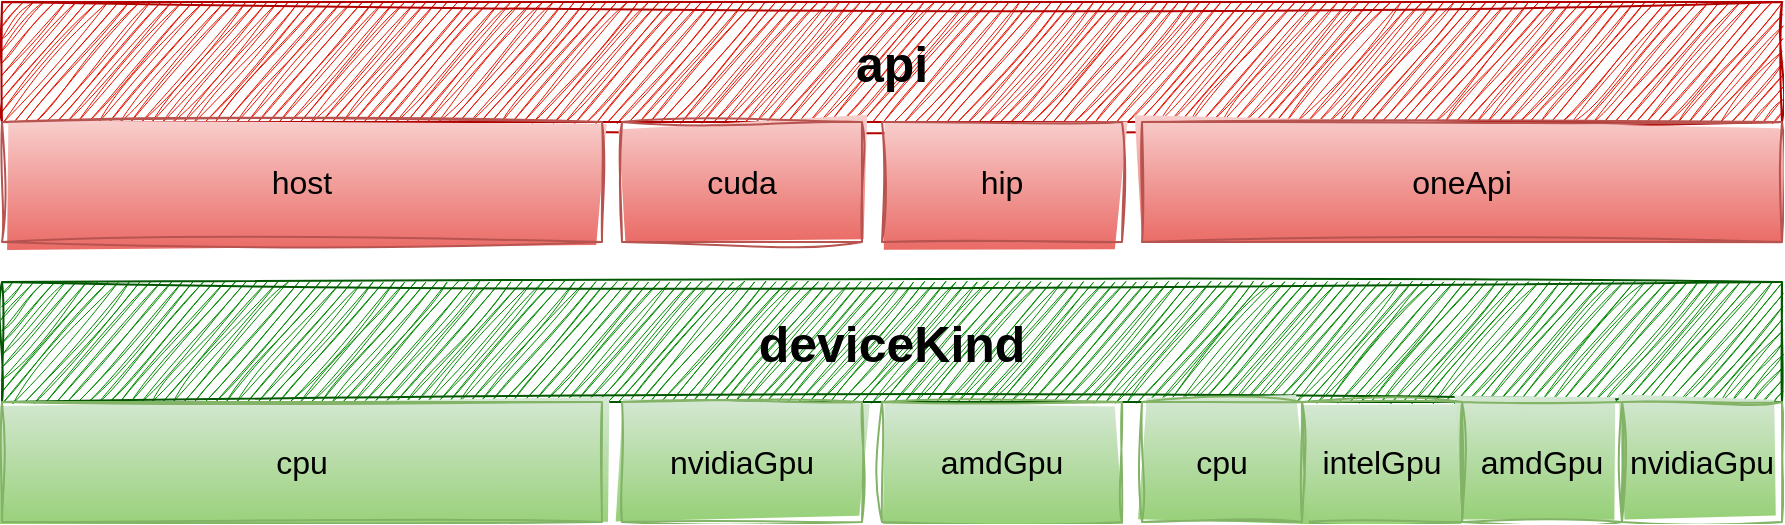
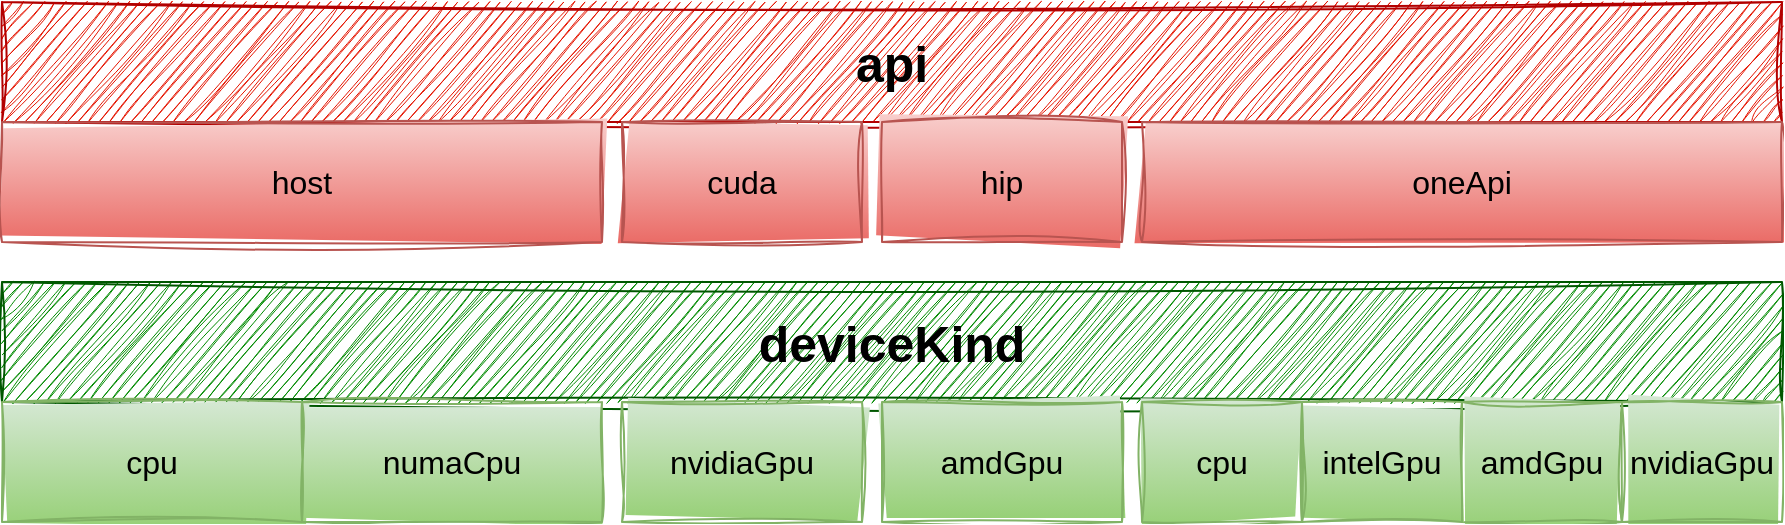
- <mxfile host="embed.diagrams.net" agent="Mozilla/5.0 (X11; Linux x86_64; rv:145.0) Gecko/20100101 Firefox/145.0" version="29.2.7">
-   <diagram name="Seite-1" id="IbwfVimuGqMdNV2DvXlu">
-     <mxGraphModel grid="1" page="1" gridSize="10" guides="1" tooltips="1" connect="1" arrows="1" fold="1" pageScale="1" pageWidth="827" pageHeight="1169" math="0" shadow="0">
+ <mxfile host="app.diagrams.net" agent="Mozilla/5.0 (X11; Linux x86_64) AppleWebKit/537.36 (KHTML, like Gecko) Chrome/145.0.0.0 Safari/537.36" version="29.6.1">
+   <diagram name="Seite-1" id="qgZfpByFdYC-gUKXR_Ab">
+     <mxGraphModel dx="2033" dy="1148" grid="1" gridSize="10" guides="1" tooltips="1" connect="1" arrows="1" fold="1" page="1" pageScale="1" pageWidth="827" pageHeight="1169" math="0" shadow="0">
      <root>
        <mxCell id="0" />
        <mxCell id="1" parent="0" />
-         <mxCell id="hEfLK6W_RHBmZPWY_AR3-1" parent="1" style="rounded=0;whiteSpace=wrap;html=1;fillColor=#e51400;strokeColor=#B20000;fontColor=#ffffff;sketch=1;curveFitting=1;jiggle=2;" value="&lt;b&gt;&lt;font style=&quot;font-size: 25px; color: rgb(0, 0, 0);&quot;&gt;api&lt;/font&gt;&lt;/b&gt;" vertex="1">
-           <mxGeometry height="60" width="890" x="40" y="180" as="geometry" />
+         <mxCell id="drr0xQUNU9JzsT94dSLN-2" parent="1" style="rounded=0;whiteSpace=wrap;html=1;fillColor=#e51400;strokeColor=#B20000;fontColor=#ffffff;sketch=1;curveFitting=1;jiggle=2;" value="&lt;b&gt;&lt;font style=&quot;font-size: 25px; color: rgb(0, 0, 0);&quot;&gt;api&lt;/font&gt;&lt;/b&gt;" vertex="1">
+           <mxGeometry height="60" width="890" x="550" y="496" as="geometry" />
        </mxCell>
-         <mxCell id="hEfLK6W_RHBmZPWY_AR3-2" parent="1" style="rounded=0;whiteSpace=wrap;html=1;fillColor=#f8cecc;strokeColor=#b85450;gradientColor=#ea6b66;sketch=1;curveFitting=1;jiggle=2;" value="&lt;font style=&quot;font-size: 16px;&quot;&gt;host&lt;/font&gt;" vertex="1">
-           <mxGeometry height="60" width="300" x="40" y="240" as="geometry" />
+         <mxCell id="drr0xQUNU9JzsT94dSLN-3" parent="1" style="rounded=0;whiteSpace=wrap;html=1;fillColor=#f8cecc;strokeColor=#b85450;gradientColor=#ea6b66;sketch=1;curveFitting=1;jiggle=2;" value="&lt;font style=&quot;font-size: 16px;&quot;&gt;host&lt;/font&gt;" vertex="1">
+           <mxGeometry height="60" width="300" x="550" y="556" as="geometry" />
        </mxCell>
-         <mxCell id="hEfLK6W_RHBmZPWY_AR3-3" parent="1" style="rounded=0;whiteSpace=wrap;html=1;fillColor=#f8cecc;strokeColor=#b85450;gradientColor=#ea6b66;sketch=1;curveFitting=1;jiggle=2;" value="&lt;font style=&quot;font-size: 16px;&quot;&gt;cuda&lt;/font&gt;" vertex="1">
-           <mxGeometry height="60" width="120" x="350" y="240" as="geometry" />
+         <mxCell id="drr0xQUNU9JzsT94dSLN-4" parent="1" style="rounded=0;whiteSpace=wrap;html=1;fillColor=#f8cecc;strokeColor=#b85450;gradientColor=#ea6b66;sketch=1;curveFitting=1;jiggle=2;" value="&lt;font style=&quot;font-size: 16px;&quot;&gt;cuda&lt;/font&gt;" vertex="1">
+           <mxGeometry height="60" width="120" x="860" y="556" as="geometry" />
        </mxCell>
-         <mxCell id="hEfLK6W_RHBmZPWY_AR3-4" parent="1" style="rounded=0;whiteSpace=wrap;html=1;fillColor=#f8cecc;strokeColor=#b85450;gradientColor=#ea6b66;sketch=1;curveFitting=1;jiggle=2;" value="&lt;font style=&quot;font-size: 16px;&quot;&gt;hip&lt;/font&gt;" vertex="1">
-           <mxGeometry height="60" width="120" x="480" y="240" as="geometry" />
+         <mxCell id="drr0xQUNU9JzsT94dSLN-5" parent="1" style="rounded=0;whiteSpace=wrap;html=1;fillColor=#f8cecc;strokeColor=#b85450;gradientColor=#ea6b66;sketch=1;curveFitting=1;jiggle=2;" value="&lt;font style=&quot;font-size: 16px;&quot;&gt;hip&lt;/font&gt;" vertex="1">
+           <mxGeometry height="60" width="120" x="990" y="556" as="geometry" />
        </mxCell>
-         <mxCell id="hEfLK6W_RHBmZPWY_AR3-5" parent="1" style="rounded=0;whiteSpace=wrap;html=1;fillColor=#f8cecc;strokeColor=#b85450;gradientColor=#ea6b66;sketch=1;curveFitting=1;jiggle=2;" value="&lt;font style=&quot;font-size: 16px;&quot;&gt;oneApi&lt;/font&gt;" vertex="1">
-           <mxGeometry height="60" width="320" x="610" y="240" as="geometry" />
+         <mxCell id="drr0xQUNU9JzsT94dSLN-6" parent="1" style="rounded=0;whiteSpace=wrap;html=1;fillColor=#f8cecc;strokeColor=#b85450;gradientColor=#ea6b66;sketch=1;curveFitting=1;jiggle=2;" value="&lt;font style=&quot;font-size: 16px;&quot;&gt;oneApi&lt;/font&gt;" vertex="1">
+           <mxGeometry height="60" width="320" x="1120" y="556" as="geometry" />
        </mxCell>
-         <mxCell id="hEfLK6W_RHBmZPWY_AR3-7" parent="1" style="rounded=0;whiteSpace=wrap;html=1;fillColor=#008a00;fontColor=#ffffff;strokeColor=#005700;sketch=1;curveFitting=1;jiggle=2;" value="&lt;b&gt;&lt;font style=&quot;font-size: 25px; color: rgb(0, 0, 0);&quot;&gt;deviceKind&lt;/font&gt;&lt;/b&gt;" vertex="1">
-           <mxGeometry height="60" width="890" x="40" y="320" as="geometry" />
+         <mxCell id="drr0xQUNU9JzsT94dSLN-7" parent="1" style="rounded=0;whiteSpace=wrap;html=1;fillColor=#008a00;fontColor=#ffffff;strokeColor=#005700;sketch=1;curveFitting=1;jiggle=2;" value="&lt;b&gt;&lt;font style=&quot;font-size: 25px; color: rgb(0, 0, 0);&quot;&gt;deviceKind&lt;/font&gt;&lt;/b&gt;" vertex="1">
+           <mxGeometry height="60" width="890" x="550" y="636" as="geometry" />
        </mxCell>
-         <mxCell id="hEfLK6W_RHBmZPWY_AR3-8" parent="1" style="rounded=0;whiteSpace=wrap;html=1;fillColor=#d5e8d4;strokeColor=#82b366;gradientColor=#97d077;sketch=1;curveFitting=1;jiggle=2;" value="&lt;font style=&quot;font-size: 16px;&quot;&gt;cpu&lt;/font&gt;" vertex="1">
-           <mxGeometry height="60" width="300" x="40" y="380" as="geometry" />
+         <mxCell id="drr0xQUNU9JzsT94dSLN-8" parent="1" style="rounded=0;whiteSpace=wrap;html=1;fillColor=#d5e8d4;strokeColor=#82b366;gradientColor=#97d077;sketch=1;curveFitting=1;jiggle=2;" value="&lt;font style=&quot;font-size: 16px;&quot;&gt;cpu&lt;/font&gt;" vertex="1">
+           <mxGeometry height="60" width="150" x="550" y="696" as="geometry" />
        </mxCell>
-         <mxCell id="hEfLK6W_RHBmZPWY_AR3-9" parent="1" style="rounded=0;whiteSpace=wrap;html=1;fillColor=#d5e8d4;strokeColor=#82b366;gradientColor=#97d077;sketch=1;curveFitting=1;jiggle=2;" value="&lt;font style=&quot;font-size: 16px;&quot;&gt;nvidiaGpu&lt;/font&gt;" vertex="1">
-           <mxGeometry height="60" width="120" x="350" y="380" as="geometry" />
+         <mxCell id="drr0xQUNU9JzsT94dSLN-9" parent="1" style="rounded=0;whiteSpace=wrap;html=1;fillColor=#d5e8d4;strokeColor=#82b366;gradientColor=#97d077;sketch=1;curveFitting=1;jiggle=2;" value="&lt;font style=&quot;font-size: 16px;&quot;&gt;nvidiaGpu&lt;/font&gt;" vertex="1">
+           <mxGeometry height="60" width="120" x="860" y="696" as="geometry" />
        </mxCell>
-         <mxCell id="hEfLK6W_RHBmZPWY_AR3-10" parent="1" style="rounded=0;whiteSpace=wrap;html=1;fillColor=#d5e8d4;strokeColor=#82b366;gradientColor=#97d077;sketch=1;curveFitting=1;jiggle=2;" value="&lt;font style=&quot;font-size: 16px;&quot;&gt;nvidiaGpu&lt;/font&gt;" vertex="1">
-           <mxGeometry height="60" width="80" x="850" y="380" as="geometry" />
+         <mxCell id="drr0xQUNU9JzsT94dSLN-10" parent="1" style="rounded=0;whiteSpace=wrap;html=1;fillColor=#d5e8d4;strokeColor=#82b366;gradientColor=#97d077;sketch=1;curveFitting=1;jiggle=2;" value="&lt;font style=&quot;font-size: 16px;&quot;&gt;nvidiaGpu&lt;/font&gt;" vertex="1">
+           <mxGeometry height="60" width="80" x="1360" y="696" as="geometry" />
        </mxCell>
-         <mxCell id="hEfLK6W_RHBmZPWY_AR3-11" parent="1" style="rounded=0;whiteSpace=wrap;html=1;fillColor=#d5e8d4;strokeColor=#82b366;gradientColor=#97d077;sketch=1;curveFitting=1;jiggle=2;" value="&lt;font style=&quot;font-size: 16px;&quot;&gt;amdGpu&lt;/font&gt;" vertex="1">
-           <mxGeometry height="60" width="120" x="480" y="380" as="geometry" />
+         <mxCell id="drr0xQUNU9JzsT94dSLN-11" parent="1" style="rounded=0;whiteSpace=wrap;html=1;fillColor=#d5e8d4;strokeColor=#82b366;gradientColor=#97d077;sketch=1;curveFitting=1;jiggle=2;" value="&lt;font style=&quot;font-size: 16px;&quot;&gt;amdGpu&lt;/font&gt;" vertex="1">
+           <mxGeometry height="60" width="120" x="990" y="696" as="geometry" />
        </mxCell>
-         <mxCell id="hEfLK6W_RHBmZPWY_AR3-12" parent="1" style="rounded=0;whiteSpace=wrap;html=1;fillColor=#d5e8d4;strokeColor=#82b366;gradientColor=#97d077;sketch=1;curveFitting=1;jiggle=2;" value="&lt;font style=&quot;font-size: 16px;&quot;&gt;amdGpu&lt;/font&gt;" vertex="1">
-           <mxGeometry height="60" width="80" x="770" y="380" as="geometry" />
+         <mxCell id="drr0xQUNU9JzsT94dSLN-12" parent="1" style="rounded=0;whiteSpace=wrap;html=1;fillColor=#d5e8d4;strokeColor=#82b366;gradientColor=#97d077;sketch=1;curveFitting=1;jiggle=2;" value="&lt;font style=&quot;font-size: 16px;&quot;&gt;amdGpu&lt;/font&gt;" vertex="1">
+           <mxGeometry height="60" width="80" x="1280" y="696" as="geometry" />
        </mxCell>
-         <mxCell id="hEfLK6W_RHBmZPWY_AR3-13" parent="1" style="rounded=0;whiteSpace=wrap;html=1;fillColor=#d5e8d4;strokeColor=#82b366;gradientColor=#97d077;sketch=1;curveFitting=1;jiggle=2;" value="&lt;font style=&quot;font-size: 16px;&quot;&gt;intelGpu&lt;/font&gt;" vertex="1">
-           <mxGeometry height="60" width="80" x="690" y="380" as="geometry" />
+         <mxCell id="drr0xQUNU9JzsT94dSLN-13" parent="1" style="rounded=0;whiteSpace=wrap;html=1;fillColor=#d5e8d4;strokeColor=#82b366;gradientColor=#97d077;sketch=1;curveFitting=1;jiggle=2;" value="&lt;font style=&quot;font-size: 16px;&quot;&gt;intelGpu&lt;/font&gt;" vertex="1">
+           <mxGeometry height="60" width="80" x="1200" y="696" as="geometry" />
        </mxCell>
-         <mxCell id="hEfLK6W_RHBmZPWY_AR3-14" parent="1" style="rounded=0;whiteSpace=wrap;html=1;fillColor=#d5e8d4;strokeColor=#82b366;gradientColor=#97d077;sketch=1;curveFitting=1;jiggle=2;" value="&lt;font style=&quot;font-size: 16px;&quot;&gt;cpu&lt;/font&gt;" vertex="1">
-           <mxGeometry height="60" width="80" x="610" y="380" as="geometry" />
+         <mxCell id="drr0xQUNU9JzsT94dSLN-14" parent="1" style="rounded=0;whiteSpace=wrap;html=1;fillColor=#d5e8d4;strokeColor=#82b366;gradientColor=#97d077;sketch=1;curveFitting=1;jiggle=2;" value="&lt;font style=&quot;font-size: 16px;&quot;&gt;cpu&lt;/font&gt;" vertex="1">
+           <mxGeometry height="60" width="80" x="1120" y="696" as="geometry" />
+         </mxCell>
+         <mxCell id="drr0xQUNU9JzsT94dSLN-15" parent="1" style="rounded=0;whiteSpace=wrap;html=1;fillColor=#d5e8d4;strokeColor=#82b366;gradientColor=#97d077;sketch=1;curveFitting=1;jiggle=2;" value="&lt;font style=&quot;font-size: 16px;&quot;&gt;numaCpu&lt;/font&gt;" vertex="1">
+           <mxGeometry height="60" width="150" x="700" y="696" as="geometry" />
        </mxCell>
      </root>
    </mxGraphModel>
  </diagram>
</mxfile>
